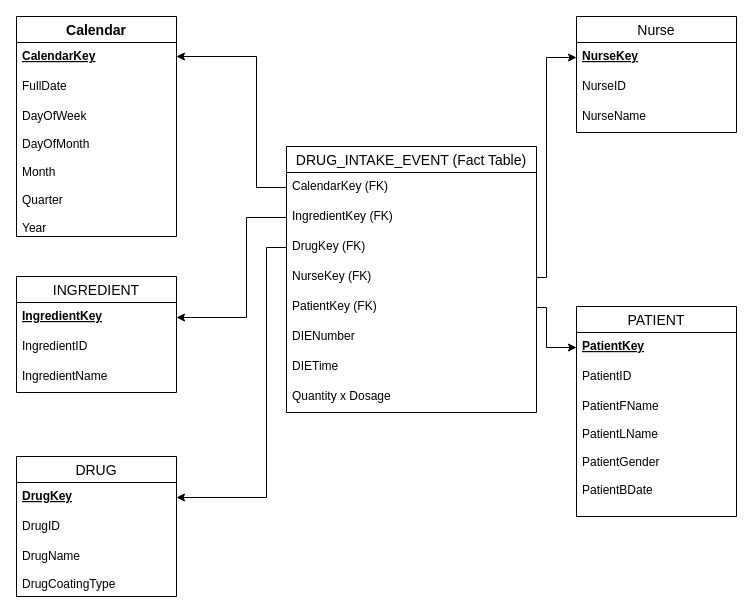
rama-krishna227/Data-Storage keeps this draw.io diagram as Exercise_DWH.drawio. Above is the earlier version. Source tidied: cells renumbered, new cells numbered last; positions are measured from the earlier drawing's top-left corner, leaving out a move shared by most shapes. Both pictures are drawn from the tidied source at 100%, with x=0, y=0 at pixel (16, 16).
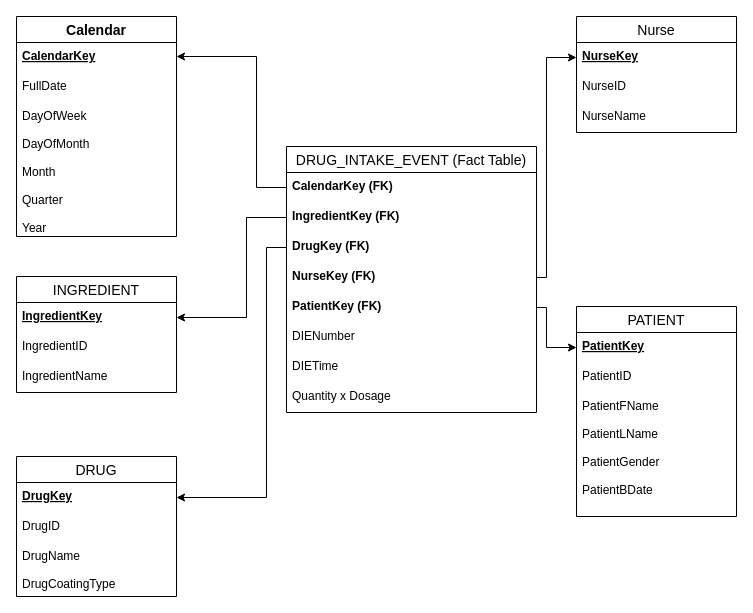
Above is the later version.

Unchanged cells that the change refers to:
```xml
<mxCell id="6" value="DRUG_INTAKE_EVENT (Fact Table)" style="swimlane;fontStyle=0;horizontal=1;startSize=26;align=center;fontSize=14;" parent="1" vertex="1">
  <mxGeometry x="270" y="130" width="250" height="266" as="geometry" />
</mxCell>
```

Diff of the diagram source:
```diff
@@
-    <mxCell id="7" value="CalendarKey (FK)" style="text;strokeColor=none;fillColor=none;spacingLeft=4;spacingRight=4;overflow=hidden;points=[[0,0.5],[1,0.5]];portConstraint=eastwest;fontSize=12;" parent="6" vertex="1">
+    <mxCell id="7" value="CalendarKey (FK)" style="text;strokeColor=none;fillColor=none;spacingLeft=4;spacingRight=4;overflow=hidden;points=[[0,0.5],[1,0.5]];portConstraint=eastwest;fontSize=12;fontStyle=1;" parent="6" vertex="1">
       <mxGeometry y="26" width="250" height="30" as="geometry" />
     </mxCell>
-    <mxCell id="8" value="IngredientKey (FK)" style="text;strokeColor=none;fillColor=none;spacingLeft=4;spacingRight=4;overflow=hidden;points=[[0,0.5],[1,0.5]];portConstraint=eastwest;fontSize=12;" parent="6" vertex="1">
+    <mxCell id="8" value="IngredientKey (FK)" style="text;strokeColor=none;fillColor=none;spacingLeft=4;spacingRight=4;overflow=hidden;points=[[0,0.5],[1,0.5]];portConstraint=eastwest;fontSize=12;fontStyle=1;" parent="6" vertex="1">
       <mxGeometry y="56" width="250" height="30" as="geometry" />
     </mxCell>
-    <mxCell id="9" value="DrugKey (FK)" style="text;strokeColor=none;fillColor=none;spacingLeft=4;spacingRight=4;overflow=hidden;points=[[0,0.5],[1,0.5]];portConstraint=eastwest;fontSize=12;" parent="6" vertex="1">
+    <mxCell id="9" value="DrugKey (FK)" style="text;strokeColor=none;fillColor=none;spacingLeft=4;spacingRight=4;overflow=hidden;points=[[0,0.5],[1,0.5]];portConstraint=eastwest;fontSize=12;fontStyle=1;" parent="6" vertex="1">
       <mxGeometry y="86" width="250" height="30" as="geometry" />
     </mxCell>
-    <mxCell id="10" value="NurseKey (FK)" style="text;strokeColor=none;fillColor=none;spacingLeft=4;spacingRight=4;overflow=hidden;points=[[0,0.5],[1,0.5]];portConstraint=eastwest;fontSize=12;" parent="6" vertex="1">
+    <mxCell id="10" value="NurseKey (FK)" style="text;strokeColor=none;fillColor=none;spacingLeft=4;spacingRight=4;overflow=hidden;points=[[0,0.5],[1,0.5]];portConstraint=eastwest;fontSize=12;fontStyle=1;" parent="6" vertex="1">
       <mxGeometry y="116" width="250" height="30" as="geometry" />
     </mxCell>
-    <mxCell id="11" value="PatientKey (FK)" style="text;strokeColor=none;fillColor=none;spacingLeft=4;spacingRight=4;overflow=hidden;points=[[0,0.5],[1,0.5]];portConstraint=eastwest;fontSize=12;" parent="6" vertex="1">
+    <mxCell id="11" value="PatientKey (FK)" style="text;strokeColor=none;fillColor=none;spacingLeft=4;spacingRight=4;overflow=hidden;points=[[0,0.5],[1,0.5]];portConstraint=eastwest;fontSize=12;fontStyle=1;" parent="6" vertex="1">
       <mxGeometry y="146" width="250" height="30" as="geometry" />
     </mxCell>
```
